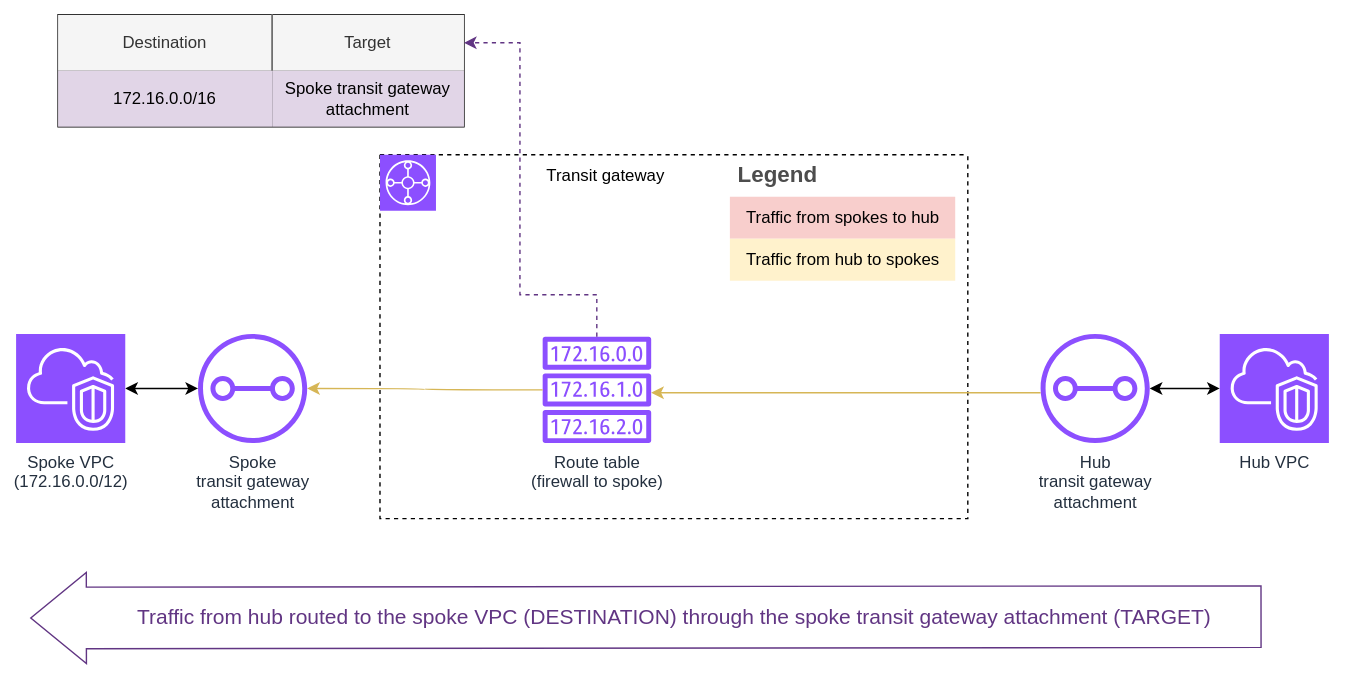
gmarti-web/gmarti-web.github.io keeps this draw.io diagram as assets/images/portfolio/hubandspoke/hubtgwa-to-spoketgwa.drawio.svg. Above is the earlier version. Source tidied: cells renumbered, new cells last; positions are measured from the earlier drawing's top-left corner, leaving out a move shared by most shapes.
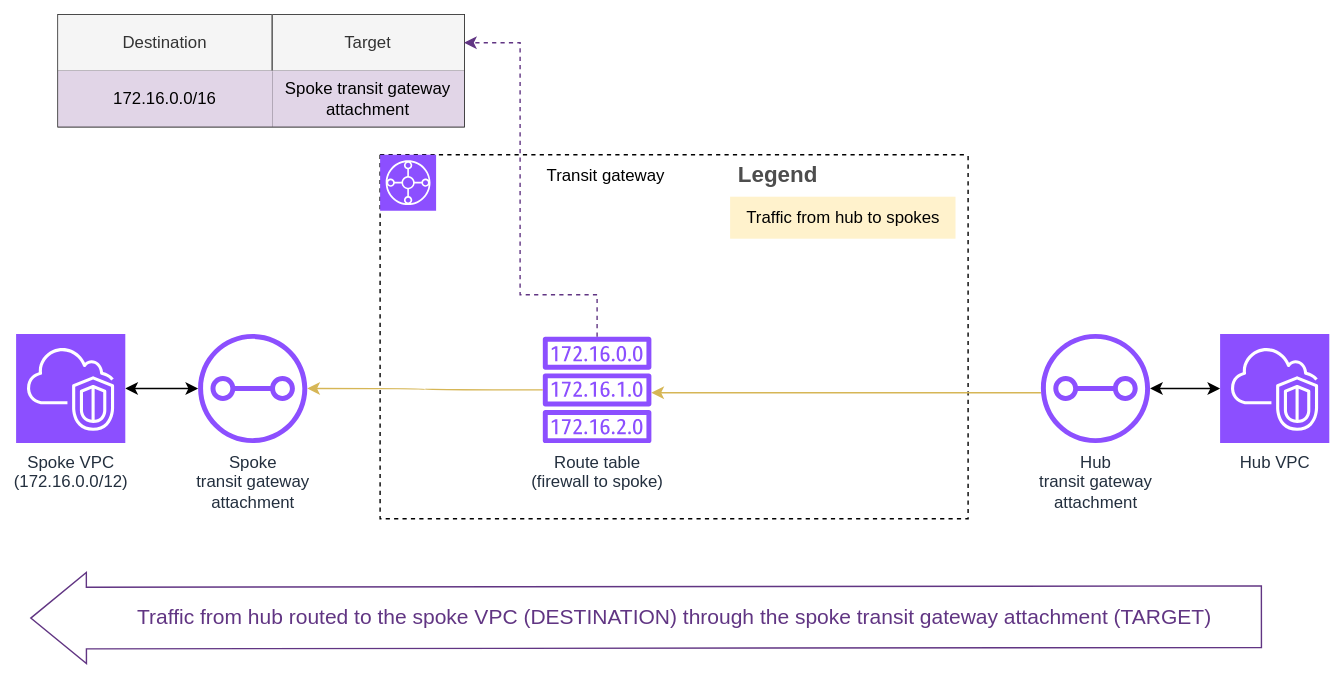
The same diagram one commit later.

Change to the diagram source:
```diff
@@ -15,16 +15,10 @@
       <mxGeometry x="106" width="110" height="30" as="geometry" />
     </mxCell>
     <mxCell id="6" value="Legend" style="shape=table;startSize=30;fontSize=16;align=left;verticalAlign=top;fillColor=none;strokeColor=none;fontColor=#4D4D4D;fontStyle=1;spacingLeft=6;spacing=0;" parent="2" vertex="1">
-      <mxGeometry x="250" width="161" height="90" as="geometry" />
+      <mxGeometry x="250" width="161" height="60" as="geometry" />
     </mxCell>
-    <mxCell id="7" style="shape=tableRow;horizontal=0;startSize=0;swimlaneHead=0;swimlaneBody=0;strokeColor=inherit;top=0;left=0;bottom=0;right=0;fillColor=none;fontSize=12;" parent="6" vertex="1">
-      <mxGeometry y="30" width="161" height="30" as="geometry" />
-    </mxCell>
-    <mxCell id="8" value="Traffic from spokes to hub" style="shape=partialRectangle;html=1;whiteSpace=wrap;strokeColor=#b85450;overflow=hidden;fillColor=#f8cecc;top=0;left=0;bottom=0;right=0;fontSize=12;align=left;spacingLeft=10;spacingRight=4;" parent="7" vertex="1">
-      <mxGeometry width="161" height="30" as="geometry" />
-    </mxCell>
     <mxCell id="9" style="shape=tableRow;horizontal=0;startSize=0;swimlaneHead=0;swimlaneBody=0;strokeColor=inherit;top=0;left=0;bottom=0;right=0;fillColor=none;fontSize=12;" parent="6" vertex="1">
-      <mxGeometry y="60" width="161" height="30" as="geometry" />
+      <mxGeometry y="30" width="161" height="30" as="geometry" />
     </mxCell>
     <mxCell id="10" value="Traffic from hub to spokes" style="shape=partialRectangle;html=1;whiteSpace=wrap;strokeColor=#d6b656;overflow=hidden;fillColor=#fff2cc;top=0;left=0;bottom=0;right=0;fontSize=12;align=left;spacingLeft=10;spacingRight=4;" parent="9" vertex="1">
       <mxGeometry width="161" height="30" as="geometry" />
```
